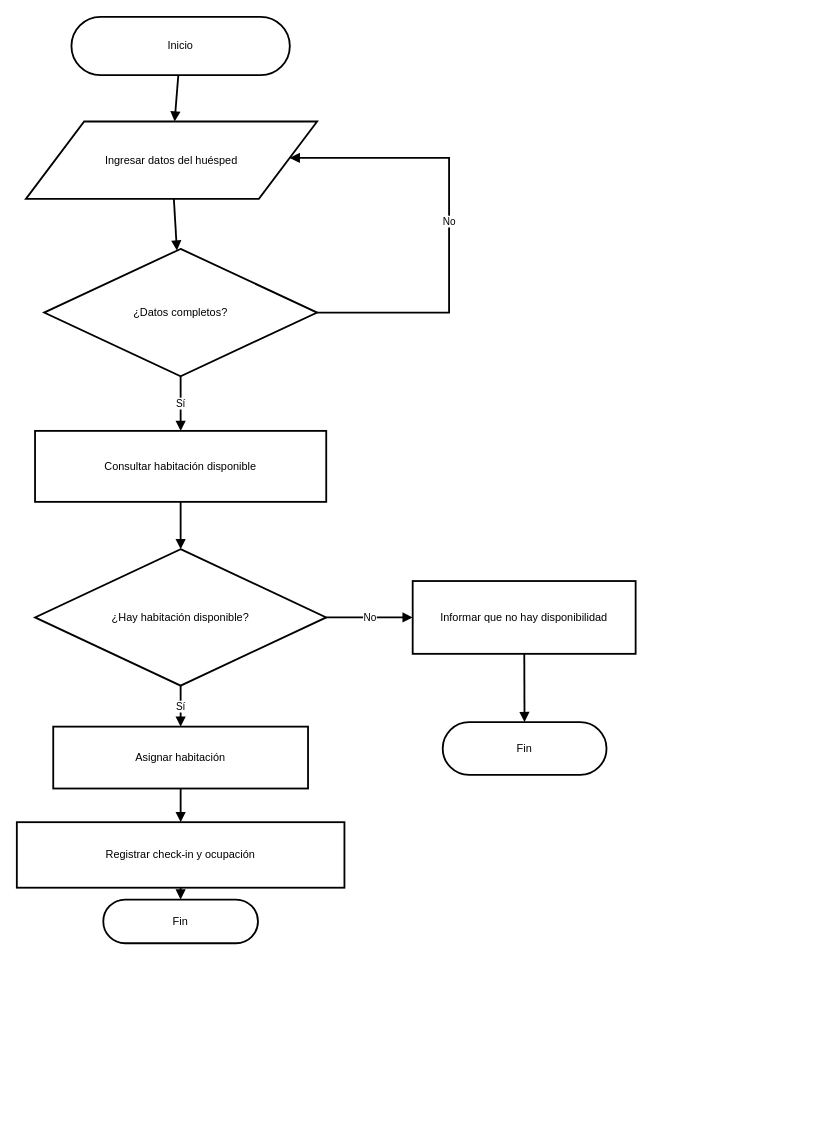
Above: diagramas-editables/02-diagrama-flujo.drawio in Yutre3/diego (draw.io), before the change. Source tidied: cells renumbered, new cells numbered last; positions are measured from the earlier drawing's top-left corner, leaving out a move shared by most shapes. Both pictures are drawn from the tidied source at 91%, with x=0, y=0 at pixel (16, 16).
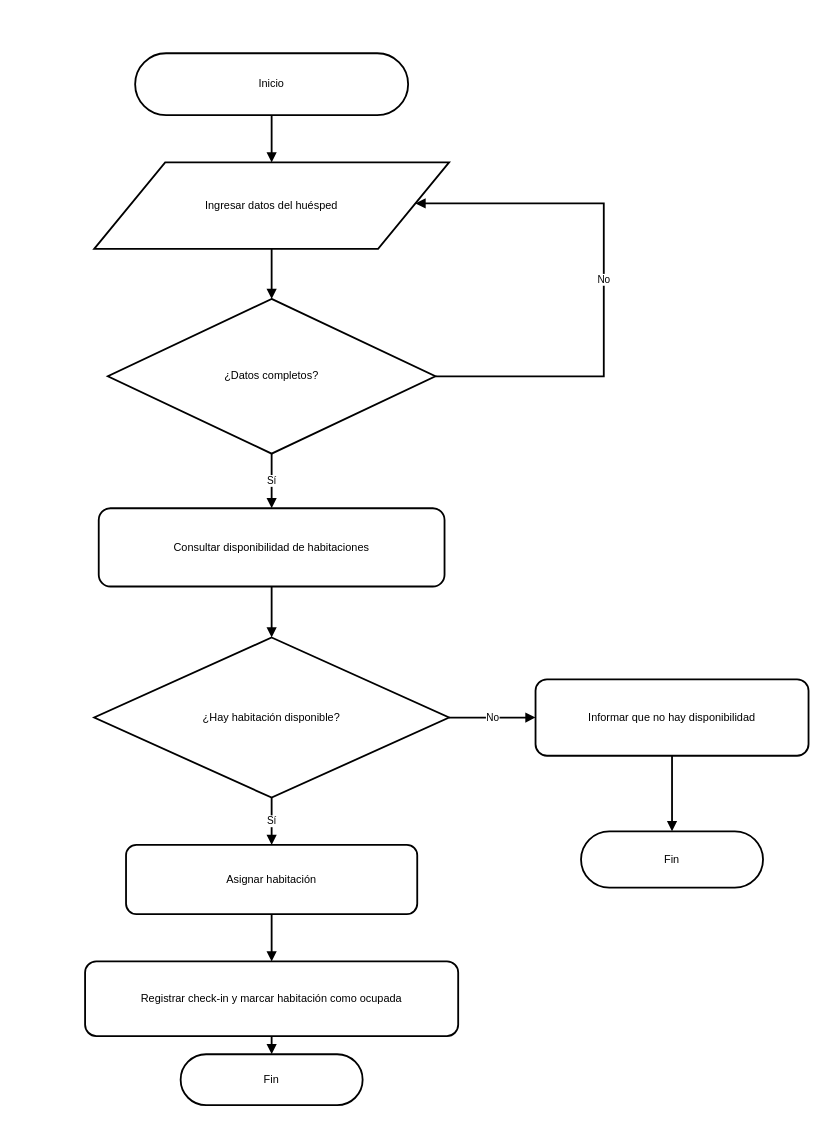
Above is the later version.

Commit message:
Actualizar fuente editable al nuevo flujo limpio

Diff of the diagram source:
```diff
@@
     <mxCell id="2" value="Inicio" style="rounded=1;arcSize=50;whiteSpace=wrap;html=1;strokeWidth=2;" parent="1" vertex="1">
-      <mxGeometry x="60" width="240" height="64" as="geometry" />
+      <mxGeometry x="130" y="40" width="300" height="68" as="geometry" />
     </mxCell>
     <mxCell id="3" value="Ingresar datos del huésped" style="shape=parallelogram;perimeter=parallelogramPerimeter;whiteSpace=wrap;html=1;strokeWidth=2;" parent="1" vertex="1">
-      <mxGeometry x="10" y="115" width="320" height="85" as="geometry" />
+      <mxGeometry x="85" y="160" width="390" height="95" as="geometry" />
     </mxCell>
     <mxCell id="4" value="¿Datos completos?" style="rhombus;whiteSpace=wrap;html=1;strokeWidth=2;" parent="1" vertex="1">
-      <mxGeometry x="30" y="255" width="300" height="140" as="geometry" />
+      <mxGeometry x="100" y="310" width="360" height="170" as="geometry" />
     </mxCell>
-    <mxCell id="5" value="Consultar habitación disponible" style="rounded=0;whiteSpace=wrap;html=1;strokeWidth=2;" parent="1" vertex="1">
-      <mxGeometry x="20" y="455" width="320" height="78" as="geometry" />
+    <mxCell id="5" value="Consultar disponibilidad de habitaciones" style="rounded=1;whiteSpace=wrap;html=1;strokeWidth=2;" parent="1" vertex="1">
+      <mxGeometry x="90" y="540" width="380" height="86" as="geometry" />
     </mxCell>
     <mxCell id="6" value="¿Hay habitación disponible?" style="rhombus;whiteSpace=wrap;html=1;strokeWidth=2;" parent="1" vertex="1">
-      <mxGeometry x="20" y="585" width="320" height="150" as="geometry" />
+      <mxGeometry x="85" y="682" width="390" height="176" as="geometry" />
     </mxCell>
-    <mxCell id="7" value="Asignar habitación" style="rounded=0;whiteSpace=wrap;html=1;strokeWidth=2;" parent="1" vertex="1">
-      <mxGeometry x="40" y="780" width="280" height="68" as="geometry" />
+    <mxCell id="7" value="Asignar habitación" style="rounded=1;whiteSpace=wrap;html=1;strokeWidth=2;" parent="1" vertex="1">
+      <mxGeometry x="120" y="910" width="320" height="76" as="geometry" />
     </mxCell>
-    <mxCell id="8" value="Registrar check-in y ocupación" style="rounded=0;whiteSpace=wrap;html=1;strokeWidth=2;" parent="1" vertex="1">
-      <mxGeometry y="885" width="360" height="72" as="geometry" />
+    <mxCell id="8" value="Registrar check-in y marcar habitación como ocupada" style="rounded=1;whiteSpace=wrap;html=1;strokeWidth=2;" parent="1" vertex="1">
+      <mxGeometry x="75" y="1038" width="410" height="82" as="geometry" />
     </mxCell>
     <mxCell id="9" value="Fin" style="rounded=1;arcSize=50;whiteSpace=wrap;html=1;strokeWidth=2;" parent="1" vertex="1">
-      <mxGeometry x="95" y="970" width="170" height="48" as="geometry" />
+      <mxGeometry x="180" y="1140" width="200" height="56" as="geometry" />
     </mxCell>
-    <mxCell id="10" value="Informar que no hay disponibilidad" style="rounded=0;whiteSpace=wrap;html=1;strokeWidth=2;" parent="1" vertex="1">
-      <mxGeometry x="435" y="620" width="245" height="80" as="geometry" />
+    <mxCell id="10" value="Informar que no hay disponibilidad" style="rounded=1;whiteSpace=wrap;html=1;strokeWidth=2;" parent="1" vertex="1">
+      <mxGeometry x="570" y="728" width="300" height="84" as="geometry" />
     </mxCell>
     <mxCell id="11" value="Fin" style="rounded=1;arcSize=50;whiteSpace=wrap;html=1;strokeWidth=2;" parent="1" vertex="1">
-      <mxGeometry x="468" y="775" width="180" height="58" as="geometry" />
+      <mxGeometry x="620" y="895" width="200" height="62" as="geometry" />
     </mxCell>
@@
     <mxCell id="15" value="No" style="edgeStyle=orthogonalEdgeStyle;rounded=0;html=1;strokeWidth=2;endArrow=block;" parent="1" edge="1" source="4" target="3">
       <mxGeometry relative="1" as="geometry">
         <Array as="points">
-          <mxPoint x="475" y="325" />
-          <mxPoint x="475" y="155" />
+          <mxPoint x="645" y="395" />
+          <mxPoint x="645" y="205" />
         </Array>
       </mxGeometry>
     </mxCell>
```
